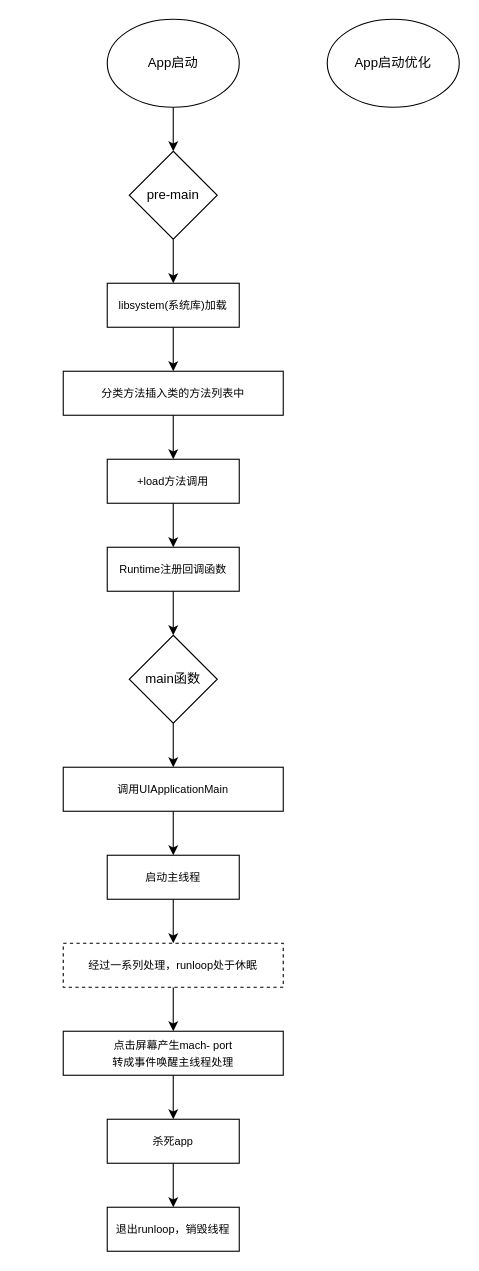
Earlier version of the draw.io diagram ios/iOS-OC.drawio (SCJMENGMENG/aaa). Source tidied: cells renumbered, new cells numbered last; positions are measured from the earlier drawing's top-left corner, leaving out a move shared by most shapes. Both pictures are drawn from the tidied source at 110%, with x=0, y=0 at pixel (63, 19).
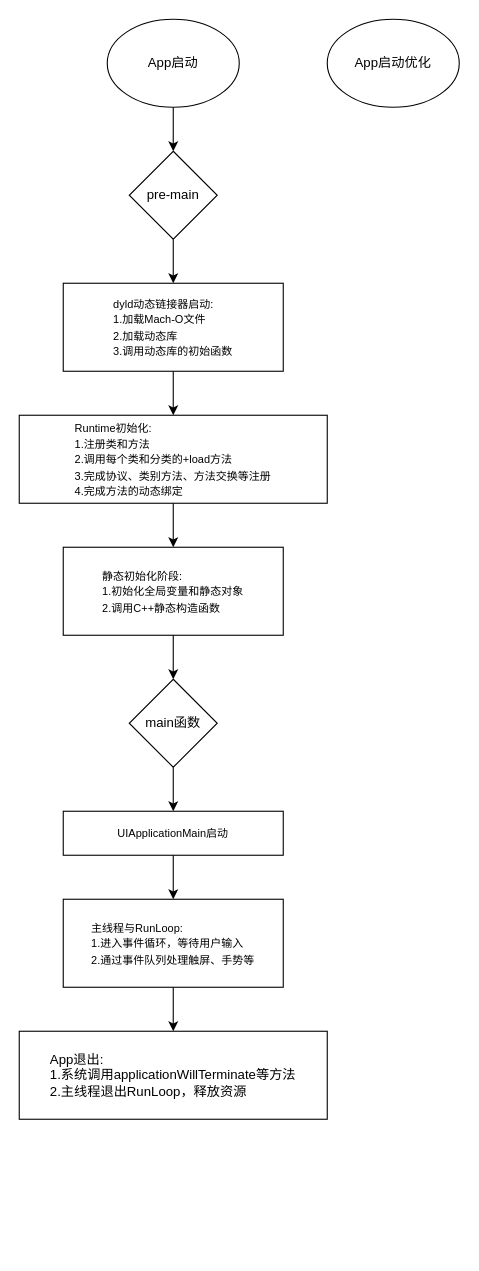
The same diagram, later.

Change to the diagram source:
```diff
@@
-    <mxCell id="7" value="&lt;font style=&quot;font-size: 10px;&quot;&gt;libsystem(系统库)加载&lt;/font&gt;" style="whiteSpace=wrap;html=1;" parent="1" vertex="1">
-      <mxGeometry x="40" y="240" width="120" height="40" as="geometry" />
+    <mxCell id="7" value="&lt;div style=&quot;text-align: justify;&quot;&gt;&lt;span style=&quot;background-color: initial; font-size: 10px;&quot;&gt;dyld动态链接器启动:&lt;/span&gt;&lt;/div&gt;&lt;div style=&quot;text-align: justify;&quot;&gt;&lt;span style=&quot;background-color: initial; font-size: 10px;&quot;&gt;1.加载Mach-O文件&lt;/span&gt;&lt;/div&gt;&lt;div&gt;&lt;div style=&quot;text-align: justify;&quot;&gt;&lt;span style=&quot;background-color: initial; font-size: 10px;&quot;&gt;2.加载动态库&lt;/span&gt;&lt;/div&gt;&lt;span style=&quot;font-size: 10px; background-color: initial;&quot;&gt;3.调用动态库的初始函数&lt;/span&gt;&lt;/div&gt;" style="whiteSpace=wrap;html=1;align=center;" parent="1" vertex="1">
+      <mxGeometry y="240" width="200" height="80" as="geometry" />
     </mxCell>
@@
-    <mxCell id="9" value="&lt;font style=&quot;font-size: 10px;&quot;&gt;分类方法插入类的方法列表中&lt;/font&gt;" style="whiteSpace=wrap;html=1;" parent="1" vertex="1">
-      <mxGeometry y="320" width="200" height="40" as="geometry" />
+    <mxCell id="9" value="&lt;div style=&quot;text-align: justify;&quot;&gt;&lt;span style=&quot;font-size: 10px; background-color: initial;&quot;&gt;Runtime初始化:&lt;/span&gt;&lt;/div&gt;&lt;div style=&quot;text-align: justify;&quot;&gt;&lt;span style=&quot;font-size: 10px;&quot;&gt;1.注册类和方法&lt;/span&gt;&lt;/div&gt;&lt;div style=&quot;text-align: justify;&quot;&gt;&lt;span style=&quot;font-size: 10px;&quot;&gt;2.调用每个类和分类的+load方法&lt;/span&gt;&lt;/div&gt;&lt;div style=&quot;text-align: justify;&quot;&gt;&lt;span style=&quot;font-size: 10px;&quot;&gt;3.完成协议、类别方法、方法交换等注册&lt;/span&gt;&lt;/div&gt;&lt;div style=&quot;text-align: justify;&quot;&gt;&lt;span style=&quot;font-size: 10px;&quot;&gt;4.完成方法的动态绑定&lt;/span&gt;&lt;/div&gt;" style="whiteSpace=wrap;html=1;" parent="1" vertex="1">
+      <mxGeometry x="-40" y="360" width="280" height="80" as="geometry" />
     </mxCell>
-    <mxCell id="10" style="edgeStyle=orthogonalEdgeStyle;rounded=0;jettySize=auto;html=1;" parent="1" edge="1" source="11" target="13">
-      <mxGeometry relative="1" as="geometry" />
-    </mxCell>
-    <mxCell id="11" value="&lt;font style=&quot;font-size: 10px;&quot;&gt;+load方法调用&lt;/font&gt;" style="whiteSpace=wrap;html=1;" parent="1" vertex="1">
-      <mxGeometry x="40" y="400" width="120" height="40" as="geometry" />
+    <mxCell id="11" value="&lt;div style=&quot;text-align: justify;&quot;&gt;&lt;span style=&quot;font-size: 10px; background-color: initial;&quot;&gt;静态初始化阶段:&lt;/span&gt;&lt;/div&gt;&lt;div style=&quot;text-align: justify;&quot;&gt;&lt;font style=&quot;font-size: 10px;&quot;&gt;1.初始化全局变量和静态对象&lt;/font&gt;&lt;/div&gt;&lt;div style=&quot;text-align: justify;&quot;&gt;&lt;font style=&quot;font-size: 10px;&quot;&gt;2.调用C++静态构造函数&lt;/font&gt;&lt;/div&gt;" style="whiteSpace=wrap;html=1;" parent="1" vertex="1">
+      <mxGeometry y="480" width="200" height="80" as="geometry" />
     </mxCell>
-    <mxCell id="12" style="edgeStyle=orthogonalEdgeStyle;rounded=0;jettySize=auto;html=1;" parent="1" edge="1" source="13" target="15">
+    <mxCell id="12" style="edgeStyle=orthogonalEdgeStyle;rounded=0;jettySize=auto;html=1;exitX=0.5;exitY=1;exitDx=0;exitDy=0;" parent="1" edge="1" source="11" target="15">
       <mxGeometry relative="1" as="geometry" />
     </mxCell>
-    <mxCell id="13" value="&lt;font style=&quot;font-size: 10px;&quot;&gt;Runtime注册回调函数&lt;/font&gt;" style="whiteSpace=wrap;html=1;" parent="1" vertex="1">
-      <mxGeometry x="40" y="480" width="120" height="40" as="geometry" />
-    </mxCell>
@@
     <mxCell id="15" value="main函数" style="rhombus;whiteSpace=wrap;html=1;" parent="1" vertex="1">
-      <mxGeometry x="60" y="560" width="80" height="80" as="geometry" />
+      <mxGeometry x="60" y="600" width="80" height="80" as="geometry" />
     </mxCell>
@@
-    <mxCell id="17" value="&lt;font style=&quot;font-size: 10px;&quot;&gt;调用UIApplicationMain&lt;/font&gt;" style="whiteSpace=wrap;html=1;" parent="1" vertex="1">
-      <mxGeometry y="680" width="200" height="40" as="geometry" />
+    <mxCell id="17" value="&lt;font style=&quot;font-size: 10px;&quot;&gt;UIApplicationMain启动&lt;/font&gt;" style="whiteSpace=wrap;html=1;" parent="1" vertex="1">
+      <mxGeometry y="720" width="200" height="40" as="geometry" />
     </mxCell>
-    <mxCell id="18" style="edgeStyle=orthogonalEdgeStyle;rounded=0;jettySize=auto;html=1;" parent="1" edge="1" source="19" target="21">
-      <mxGeometry relative="1" as="geometry" />
-    </mxCell>
+    <mxCell id="28" style="edgeStyle=orthogonalEdgeStyle;rounded=0;jettySize=auto;html=1;" parent="1" edge="1" source="19" target="29">
+      <mxGeometry relative="1" as="geometry" />
+    </mxCell>
-    <mxCell id="19" value="&lt;font style=&quot;font-size: 10px;&quot;&gt;启动主线程&lt;/font&gt;" style="whiteSpace=wrap;html=1;" parent="1" vertex="1">
-      <mxGeometry x="40" y="760" width="120" height="40" as="geometry" />
+    <mxCell id="19" value="&lt;div style=&quot;text-align: justify;&quot;&gt;&lt;span style=&quot;font-size: 10px; background-color: initial;&quot;&gt;主线程与RunLoop:&lt;/span&gt;&lt;/div&gt;&lt;div style=&quot;text-align: justify;&quot;&gt;&lt;font style=&quot;font-size: 10px;&quot;&gt;1.进入事件循环，等待用户输入&lt;/font&gt;&lt;/div&gt;&lt;div style=&quot;text-align: justify;&quot;&gt;&lt;font style=&quot;font-size: 10px;&quot;&gt;2.通过事件队列处理触屏、手势等&lt;/font&gt;&lt;/div&gt;" style="whiteSpace=wrap;html=1;" parent="1" vertex="1">
+      <mxGeometry y="800" width="200" height="80" as="geometry" />
     </mxCell>
-    <mxCell id="20" style="edgeStyle=orthogonalEdgeStyle;rounded=0;jettySize=auto;html=1;" parent="1" edge="1" source="21" target="23">
-      <mxGeometry relative="1" as="geometry" />
-    </mxCell>
-    <mxCell id="21" value="&lt;font style=&quot;font-size: 10px;&quot;&gt;经过一系列处理，runloop处于休眠&lt;/font&gt;" style="whiteSpace=wrap;html=1;dashed=1;" parent="1" vertex="1">
-      <mxGeometry y="840" width="200" height="40" as="geometry" />
-    </mxCell>
-    <mxCell id="22" style="edgeStyle=orthogonalEdgeStyle;rounded=0;jettySize=auto;html=1;" parent="1" edge="1" source="23" target="25">
-      <mxGeometry relative="1" as="geometry" />
-    </mxCell>
-    <mxCell id="23" value="&lt;font style=&quot;font-size: 10px;&quot;&gt;点击屏幕产生mach- port&lt;/font&gt;&lt;div&gt;&lt;font style=&quot;font-size: 10px;&quot;&gt;转成事件唤醒主线程处理&lt;/font&gt;&lt;/div&gt;" style="whiteSpace=wrap;html=1;" parent="1" vertex="1">
-      <mxGeometry y="920" width="200" height="40" as="geometry" />
-    </mxCell>
-    <mxCell id="24" style="edgeStyle=orthogonalEdgeStyle;rounded=0;jettySize=auto;html=1;" parent="1" edge="1" source="25" target="26">
-      <mxGeometry relative="1" as="geometry" />
-    </mxCell>
-    <mxCell id="25" value="&lt;font style=&quot;font-size: 10px;&quot;&gt;杀死app&lt;/font&gt;" style="whiteSpace=wrap;html=1;" parent="1" vertex="1">
-      <mxGeometry x="40" y="1000" width="120" height="40" as="geometry" />
-    </mxCell>
-    <mxCell id="26" value="&lt;font style=&quot;font-size: 10px;&quot;&gt;退出runloop，销毁线程&lt;/font&gt;" style="whiteSpace=wrap;html=1;" parent="1" vertex="1">
-      <mxGeometry x="40" y="1080" width="120" height="40" as="geometry" />
-    </mxCell>
@@
+    <mxCell id="29" value="&lt;div style=&quot;text-align: justify;&quot;&gt;&lt;span style=&quot;background-color: initial;&quot;&gt;App退出:&lt;/span&gt;&lt;/div&gt;&lt;div style=&quot;text-align: justify;&quot;&gt;1.系统调用applicationWillTerminate等方法&lt;/div&gt;&lt;div style=&quot;text-align: justify;&quot;&gt;2.主线程退出RunLoop，释放资源&lt;/div&gt;" style="whiteSpace=wrap;html=1;" parent="1" vertex="1">
+      <mxGeometry x="-40" y="920" width="280" height="80" as="geometry" />
+    </mxCell>
```
